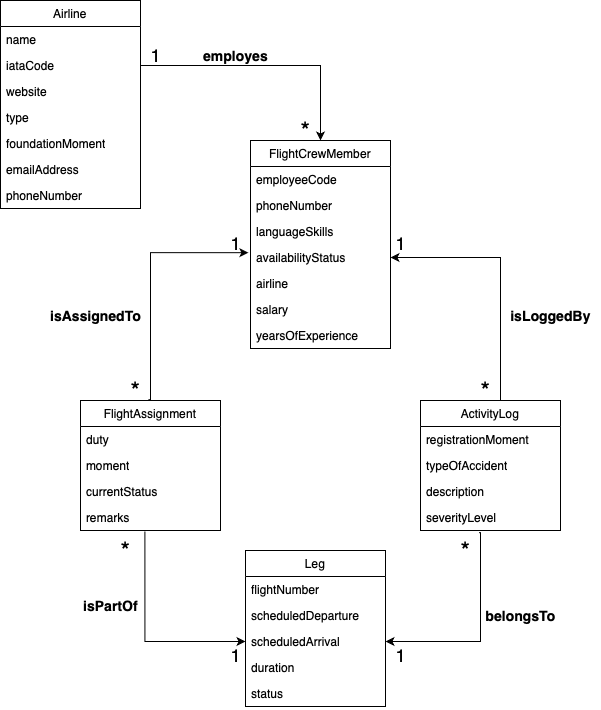
The draw.io diagram reports/D02/Student 3/Student3-UML.png in alenicbra/acme-ans, before a commit. Source tidied: cells renumbered, new cells last; positions are measured from the earlier drawing's top-left corner, leaving out a move shared by most shapes. Source of this version:
```xml
<mxGraphModel>
  <root>
    <mxCell id="0" />
    <mxCell id="1" parent="0" />
    <mxCell id="2" value="FlightCrewMember" style="swimlane;fontStyle=0;horizontal=1;startSize=26;fillColor=none;whiteSpace=wrap;html=1;" parent="1" vertex="1">
      <mxGeometry x="250" y="140" width="140" height="208" as="geometry" />
    </mxCell>
    <mxCell id="3" value="employeeCode" style="text;strokeColor=none;fillColor=none;align=left;verticalAlign=top;spacingLeft=4;spacingRight=4;overflow=hidden;whiteSpace=wrap;html=1;" parent="2" vertex="1">
      <mxGeometry y="26" width="140" height="26" as="geometry" />
    </mxCell>
    <mxCell id="4" value="phoneNumber" style="text;strokeColor=none;fillColor=none;align=left;verticalAlign=top;spacingLeft=4;spacingRight=4;overflow=hidden;whiteSpace=wrap;html=1;" parent="2" vertex="1">
      <mxGeometry y="52" width="140" height="26" as="geometry" />
    </mxCell>
    <mxCell id="5" value="languageSkills" style="text;strokeColor=none;fillColor=none;align=left;verticalAlign=top;spacingLeft=4;spacingRight=4;overflow=hidden;whiteSpace=wrap;html=1;" parent="2" vertex="1">
      <mxGeometry y="78" width="140" height="26" as="geometry" />
    </mxCell>
    <mxCell id="6" value="availabilityStatus" style="text;strokeColor=none;fillColor=none;align=left;verticalAlign=top;spacingLeft=4;spacingRight=4;overflow=hidden;points=[[0,0.5],[1,0.5]];portConstraint=eastwest;whiteSpace=wrap;html=1;" parent="2" vertex="1">
      <mxGeometry y="104" width="140" height="26" as="geometry" />
    </mxCell>
    <mxCell id="7" value="airline" style="text;strokeColor=none;fillColor=none;align=left;verticalAlign=top;spacingLeft=4;spacingRight=4;overflow=hidden;whiteSpace=wrap;html=1;" parent="2" vertex="1">
      <mxGeometry y="130" width="140" height="26" as="geometry" />
    </mxCell>
    <mxCell id="8" value="salary" style="text;strokeColor=none;fillColor=none;align=left;verticalAlign=top;spacingLeft=4;spacingRight=4;overflow=hidden;whiteSpace=wrap;html=1;" parent="2" vertex="1">
      <mxGeometry y="156" width="140" height="26" as="geometry" />
    </mxCell>
    <mxCell id="9" value="yearsOfExperience" style="text;strokeColor=none;fillColor=none;align=left;verticalAlign=top;spacingLeft=4;spacingRight=4;overflow=hidden;whiteSpace=wrap;html=1;" parent="2" vertex="1">
      <mxGeometry y="182" width="140" height="26" as="geometry" />
    </mxCell>
    <mxCell id="10" value="FlightAssignment" style="swimlane;fontStyle=0;horizontal=1;startSize=26;fillColor=none;whiteSpace=wrap;html=1;" parent="1" vertex="1">
      <mxGeometry x="80" y="400" width="140" height="130" as="geometry" />
    </mxCell>
    <mxCell id="11" value="duty" style="text;strokeColor=none;fillColor=none;align=left;verticalAlign=top;spacingLeft=4;spacingRight=4;overflow=hidden;whiteSpace=wrap;html=1;" parent="10" vertex="1">
      <mxGeometry y="26" width="140" height="26" as="geometry" />
    </mxCell>
    <mxCell id="12" value="moment" style="text;strokeColor=none;fillColor=none;align=left;verticalAlign=top;spacingLeft=4;spacingRight=4;overflow=hidden;whiteSpace=wrap;html=1;" parent="10" vertex="1">
      <mxGeometry y="52" width="140" height="26" as="geometry" />
    </mxCell>
    <mxCell id="13" value="currentStatus" style="text;strokeColor=none;fillColor=none;align=left;verticalAlign=top;spacingLeft=4;spacingRight=4;overflow=hidden;whiteSpace=wrap;html=1;" parent="10" vertex="1">
      <mxGeometry y="78" width="140" height="26" as="geometry" />
    </mxCell>
    <mxCell id="14" value="remarks" style="text;strokeColor=none;fillColor=none;align=left;verticalAlign=top;spacingLeft=4;spacingRight=4;overflow=hidden;points=[[0,0.5],[1,0.5]];portConstraint=eastwest;whiteSpace=wrap;html=1;" parent="10" vertex="1">
      <mxGeometry y="104" width="140" height="26" as="geometry" />
    </mxCell>
    <mxCell id="15" value="ActivityLog" style="swimlane;fontStyle=0;horizontal=1;startSize=26;fillColor=none;whiteSpace=wrap;html=1;" parent="1" vertex="1">
      <mxGeometry x="420" y="400" width="140" height="130" as="geometry" />
    </mxCell>
    <mxCell id="16" value="registrationMoment" style="text;strokeColor=none;fillColor=none;align=left;verticalAlign=top;spacingLeft=4;spacingRight=4;overflow=hidden;whiteSpace=wrap;html=1;" parent="15" vertex="1">
      <mxGeometry y="26" width="140" height="26" as="geometry" />
    </mxCell>
    <mxCell id="17" value="typeOfAccident" style="text;strokeColor=none;fillColor=none;align=left;verticalAlign=top;spacingLeft=4;spacingRight=4;overflow=hidden;whiteSpace=wrap;html=1;" parent="15" vertex="1">
      <mxGeometry y="52" width="140" height="26" as="geometry" />
    </mxCell>
    <mxCell id="18" value="description" style="text;strokeColor=none;fillColor=none;align=left;verticalAlign=top;spacingLeft=4;spacingRight=4;overflow=hidden;whiteSpace=wrap;html=1;" parent="15" vertex="1">
      <mxGeometry y="78" width="140" height="26" as="geometry" />
    </mxCell>
    <mxCell id="19" value="severityLevel" style="text;strokeColor=none;fillColor=none;align=left;verticalAlign=top;spacingLeft=4;spacingRight=4;overflow=hidden;points=[[0,0.5],[1,0.5]];portConstraint=eastwest;whiteSpace=wrap;html=1;" parent="15" vertex="1">
      <mxGeometry y="104" width="140" height="26" as="geometry" />
    </mxCell>
    <mxCell id="20" value="&lt;font style=&quot;font-size: 18px;&quot;&gt;1&lt;/font&gt;" style="text;html=1;align=center;verticalAlign=middle;strokeColor=none;fillColor=none;" parent="1" vertex="1">
      <mxGeometry x="385" y="228" width="30" height="30" as="geometry" />
    </mxCell>
    <mxCell id="21" value="&lt;font style=&quot;font-size: 24px;&quot;&gt;*&lt;/font&gt;" style="text;html=1;align=center;verticalAlign=middle;strokeColor=none;fillColor=none;" parent="1" vertex="1">
      <mxGeometry x="470" y="370" width="30" height="40" as="geometry" />
    </mxCell>
    <mxCell id="22" value="&lt;b&gt;&lt;font style=&quot;font-size: 14px;&quot;&gt;isLoggedBy&lt;/font&gt;&lt;/b&gt;" style="text;html=1;align=center;verticalAlign=middle;strokeColor=none;fillColor=none;" parent="1" vertex="1">
      <mxGeometry x="500" y="300" width="100" height="30" as="geometry" />
    </mxCell>
    <mxCell id="23" style="edgeStyle=orthogonalEdgeStyle;rounded=0;jettySize=auto;html=1;exitX=0.929;exitY=0.731;exitDx=0;exitDy=0;strokeColor=default;exitPerimeter=0;entryX=0.929;entryY=0.806;entryDx=0;entryDy=0;entryPerimeter=0;" parent="1" edge="1" source="25" target="24">
      <mxGeometry relative="1" as="geometry">
        <Array as="points">
          <mxPoint x="150" y="399" />
          <mxPoint x="150" y="252" />
        </Array>
      </mxGeometry>
    </mxCell>
    <mxCell id="24" value="&lt;font style=&quot;font-size: 18px;&quot;&gt;1&lt;/font&gt;" style="text;html=1;align=center;verticalAlign=middle;points=[];strokeColor=none;fillColor=none;" parent="1" vertex="1">
      <mxGeometry x="220" y="228" width="30" height="30" as="geometry" />
    </mxCell>
    <mxCell id="25" value="&lt;font style=&quot;font-size: 24px;&quot;&gt;*&lt;/font&gt;" style="text;html=1;align=center;verticalAlign=middle;points=[];strokeColor=none;fillColor=none;" parent="1" vertex="1">
      <mxGeometry x="120" y="370" width="30" height="40" as="geometry" />
    </mxCell>
    <mxCell id="26" value="&lt;font style=&quot;font-size: 14px;&quot;&gt;&lt;b&gt;isAssignedTo&lt;/b&gt;&lt;/font&gt;" style="text;html=1;align=center;verticalAlign=middle;strokeColor=none;fillColor=none;" parent="1" vertex="1">
      <mxGeometry x="40" y="300" width="110" height="30" as="geometry" />
    </mxCell>
    <mxCell id="27" value="Airline" style="swimlane;fontStyle=0;horizontal=1;startSize=26;fillColor=none;whiteSpace=wrap;html=1;" parent="1" vertex="1">
      <mxGeometry width="140" height="208" as="geometry" />
    </mxCell>
    <mxCell id="28" value="name" style="text;strokeColor=none;fillColor=none;align=left;verticalAlign=top;spacingLeft=4;spacingRight=4;overflow=hidden;whiteSpace=wrap;html=1;" parent="27" vertex="1">
      <mxGeometry y="26" width="140" height="26" as="geometry" />
    </mxCell>
    <mxCell id="29" value="iataCode" style="text;strokeColor=none;fillColor=none;align=left;verticalAlign=top;spacingLeft=4;spacingRight=4;overflow=hidden;points=[[0,0.5],[1,0.5]];portConstraint=eastwest;whiteSpace=wrap;html=1;" parent="27" vertex="1">
      <mxGeometry y="52" width="140" height="26" as="geometry" />
    </mxCell>
    <mxCell id="30" value="website" style="text;strokeColor=none;fillColor=none;align=left;verticalAlign=top;spacingLeft=4;spacingRight=4;overflow=hidden;whiteSpace=wrap;html=1;" parent="27" vertex="1">
      <mxGeometry y="78" width="140" height="26" as="geometry" />
    </mxCell>
    <mxCell id="31" value="type" style="text;strokeColor=none;fillColor=none;align=left;verticalAlign=top;spacingLeft=4;spacingRight=4;overflow=hidden;whiteSpace=wrap;html=1;" parent="27" vertex="1">
      <mxGeometry y="104" width="140" height="26" as="geometry" />
    </mxCell>
    <mxCell id="32" value="foundationMoment" style="text;strokeColor=none;fillColor=none;align=left;verticalAlign=top;spacingLeft=4;spacingRight=4;overflow=hidden;whiteSpace=wrap;html=1;" parent="27" vertex="1">
      <mxGeometry y="130" width="140" height="26" as="geometry" />
    </mxCell>
    <mxCell id="33" value="emailAddress" style="text;strokeColor=none;fillColor=none;align=left;verticalAlign=top;spacingLeft=4;spacingRight=4;overflow=hidden;whiteSpace=wrap;html=1;" parent="27" vertex="1">
      <mxGeometry y="156" width="140" height="26" as="geometry" />
    </mxCell>
    <mxCell id="34" value="phoneNumber" style="text;strokeColor=none;fillColor=none;align=left;verticalAlign=top;spacingLeft=4;spacingRight=4;overflow=hidden;whiteSpace=wrap;html=1;" parent="27" vertex="1">
      <mxGeometry y="182" width="140" height="26" as="geometry" />
    </mxCell>
    <mxCell id="35" style="edgeStyle=orthogonalEdgeStyle;rounded=0;jettySize=auto;html=1;exitX=1;exitY=0.5;exitDx=0;exitDy=0;entryX=0.5;entryY=0;entryDx=0;entryDy=0;" parent="1" edge="1" source="29" target="2">
      <mxGeometry relative="1" as="geometry" />
    </mxCell>
    <mxCell id="36" value="&lt;font style=&quot;font-size: 18px;&quot;&gt;1&lt;/font&gt;" style="text;html=1;align=center;verticalAlign=middle;strokeColor=none;fillColor=none;" parent="1" vertex="1">
      <mxGeometry x="140" y="40" width="30" height="30" as="geometry" />
    </mxCell>
    <mxCell id="37" value="&lt;font style=&quot;font-size: 24px;&quot;&gt;*&lt;/font&gt;" style="text;html=1;align=center;verticalAlign=middle;strokeColor=none;fillColor=none;" parent="1" vertex="1">
      <mxGeometry x="290" y="110" width="30" height="40" as="geometry" />
    </mxCell>
    <mxCell id="38" value="&lt;span style=&quot;font-size: 14px;&quot;&gt;&lt;b&gt;employes&lt;/b&gt;&lt;/span&gt;" style="text;html=1;align=center;verticalAlign=middle;strokeColor=none;fillColor=none;" parent="1" vertex="1">
      <mxGeometry x="190" y="40" width="90" height="30" as="geometry" />
    </mxCell>
    <mxCell id="39" value="Leg" style="swimlane;fontStyle=0;horizontal=1;startSize=26;fillColor=none;whiteSpace=wrap;html=1;" parent="1" vertex="1">
      <mxGeometry x="245" y="550" width="140" height="156" as="geometry" />
    </mxCell>
    <mxCell id="40" value="flightNumber" style="text;strokeColor=none;fillColor=none;align=left;verticalAlign=top;spacingLeft=4;spacingRight=4;overflow=hidden;whiteSpace=wrap;html=1;" parent="39" vertex="1">
      <mxGeometry y="26" width="140" height="26" as="geometry" />
    </mxCell>
    <mxCell id="41" value="scheduledDeparture" style="text;strokeColor=none;fillColor=none;align=left;verticalAlign=top;spacingLeft=4;spacingRight=4;overflow=hidden;whiteSpace=wrap;html=1;" parent="39" vertex="1">
      <mxGeometry y="52" width="140" height="26" as="geometry" />
    </mxCell>
    <mxCell id="42" value="scheduledArrival" style="text;strokeColor=none;fillColor=none;align=left;verticalAlign=top;spacingLeft=4;spacingRight=4;overflow=hidden;points=[[0,0.5],[1,0.5]];portConstraint=eastwest;whiteSpace=wrap;html=1;" parent="39" vertex="1">
      <mxGeometry y="78" width="140" height="26" as="geometry" />
    </mxCell>
    <mxCell id="43" value="duration" style="text;strokeColor=none;fillColor=none;align=left;verticalAlign=top;spacingLeft=4;spacingRight=4;overflow=hidden;whiteSpace=wrap;html=1;" parent="39" vertex="1">
      <mxGeometry y="104" width="140" height="26" as="geometry" />
    </mxCell>
    <mxCell id="44" value="status" style="text;strokeColor=none;fillColor=none;align=left;verticalAlign=top;spacingLeft=4;spacingRight=4;overflow=hidden;whiteSpace=wrap;html=1;" parent="39" vertex="1">
      <mxGeometry y="130" width="140" height="26" as="geometry" />
    </mxCell>
    <mxCell id="45" style="edgeStyle=orthogonalEdgeStyle;rounded=0;jettySize=auto;html=1;exitX=0.46;exitY=1.038;exitDx=0;exitDy=0;entryX=0;entryY=0.5;entryDx=0;entryDy=0;exitPerimeter=0;" parent="1" edge="1" source="14" target="42">
      <mxGeometry relative="1" as="geometry" />
    </mxCell>
    <mxCell id="46" style="edgeStyle=orthogonalEdgeStyle;rounded=0;jettySize=auto;html=1;exitX=0.418;exitY=1.084;exitDx=0;exitDy=0;entryX=1;entryY=0.5;entryDx=0;entryDy=0;exitPerimeter=0;" parent="1" edge="1" source="19" target="42">
      <mxGeometry relative="1" as="geometry">
        <Array as="points">
          <mxPoint x="480" y="532" />
          <mxPoint x="480" y="641" />
        </Array>
      </mxGeometry>
    </mxCell>
    <mxCell id="47" value="&lt;font style=&quot;font-size: 24px;&quot;&gt;*&lt;/font&gt;" style="text;html=1;align=center;verticalAlign=middle;strokeColor=none;fillColor=none;" parent="1" vertex="1">
      <mxGeometry x="110" y="530" width="30" height="40" as="geometry" />
    </mxCell>
    <mxCell id="48" value="&lt;font style=&quot;font-size: 24px;&quot;&gt;*&lt;/font&gt;" style="text;html=1;align=center;verticalAlign=middle;strokeColor=none;fillColor=none;" parent="1" vertex="1">
      <mxGeometry x="450" y="530" width="30" height="40" as="geometry" />
    </mxCell>
    <mxCell id="49" value="&lt;font style=&quot;font-size: 18px;&quot;&gt;1&lt;/font&gt;" style="text;html=1;align=center;verticalAlign=middle;strokeColor=none;fillColor=none;" parent="1" vertex="1">
      <mxGeometry x="220" y="640" width="30" height="30" as="geometry" />
    </mxCell>
    <mxCell id="50" value="&lt;font style=&quot;font-size: 18px;&quot;&gt;1&lt;/font&gt;" style="text;html=1;align=center;verticalAlign=middle;strokeColor=none;fillColor=none;" parent="1" vertex="1">
      <mxGeometry x="385" y="640" width="30" height="30" as="geometry" />
    </mxCell>
    <mxCell id="51" value="&lt;b&gt;&lt;font style=&quot;font-size: 14px;&quot;&gt;belongsTo&lt;/font&gt;&lt;/b&gt;" style="text;html=1;align=center;verticalAlign=middle;strokeColor=none;fillColor=none;" parent="1" vertex="1">
      <mxGeometry x="475" y="600" width="90" height="30" as="geometry" />
    </mxCell>
    <mxCell id="52" value="&lt;font style=&quot;font-size: 14px;&quot;&gt;&lt;b&gt;isPartOf&lt;/b&gt;&lt;/font&gt;" style="text;html=1;align=center;verticalAlign=middle;strokeColor=none;fillColor=none;" parent="1" vertex="1">
      <mxGeometry x="70" y="590" width="80" height="30" as="geometry" />
    </mxCell>
    <mxCell id="53" style="edgeStyle=orthogonalEdgeStyle;rounded=0;jettySize=auto;html=1;entryX=1;entryY=0.5;entryDx=0;entryDy=0;exitX=0.5;exitY=0;exitDx=0;exitDy=0;" parent="1" edge="1" source="15" target="6">
      <mxGeometry relative="1" as="geometry">
        <Array as="points">
          <mxPoint x="500" y="400" />
          <mxPoint x="500" y="257" />
        </Array>
      </mxGeometry>
    </mxCell>
  </root>
</mxGraphModel>
```
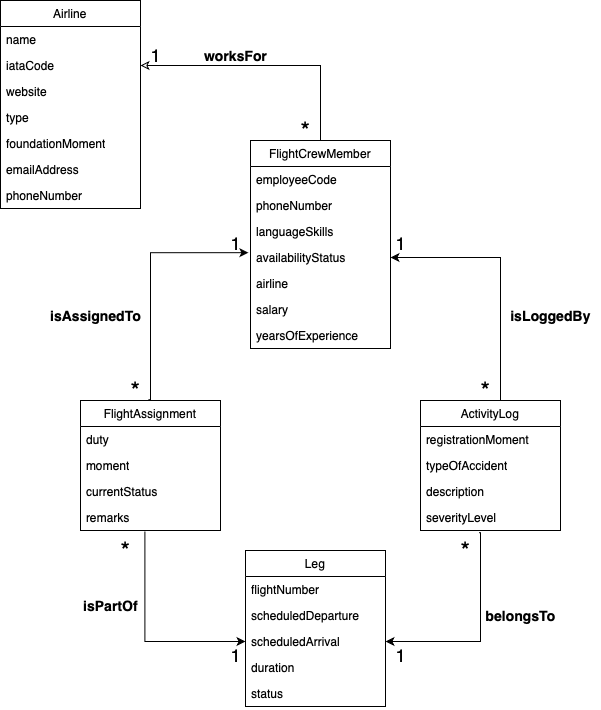
Above is the later version.

Commit message:
Arreglos Student #3

The edit, as a diff of the source:
```diff
@@ -106,7 +106,7 @@
     <mxCell id="34" value="phoneNumber" style="text;strokeColor=none;fillColor=none;align=left;verticalAlign=top;spacingLeft=4;spacingRight=4;overflow=hidden;whiteSpace=wrap;html=1;" parent="27" vertex="1">
       <mxGeometry y="182" width="140" height="26" as="geometry" />
     </mxCell>
-    <mxCell id="35" style="edgeStyle=orthogonalEdgeStyle;rounded=0;jettySize=auto;html=1;exitX=1;exitY=0.5;exitDx=0;exitDy=0;entryX=0.5;entryY=0;entryDx=0;entryDy=0;" parent="1" edge="1" source="29" target="2">
+    <mxCell id="35" style="edgeStyle=orthogonalEdgeStyle;rounded=0;jettySize=auto;html=1;exitX=1;exitY=0.5;exitDx=0;exitDy=0;entryX=0.5;entryY=0;entryDx=0;entryDy=0;startArrow=classic;startFill=0;endArrow=none;" parent="1" edge="1" source="29" target="2">
       <mxGeometry relative="1" as="geometry" />
     </mxCell>
     <mxCell id="36" value="&lt;font style=&quot;font-size: 18px;&quot;&gt;1&lt;/font&gt;" style="text;html=1;align=center;verticalAlign=middle;strokeColor=none;fillColor=none;" parent="1" vertex="1">
@@ -115,7 +115,7 @@
     <mxCell id="37" value="&lt;font style=&quot;font-size: 24px;&quot;&gt;*&lt;/font&gt;" style="text;html=1;align=center;verticalAlign=middle;strokeColor=none;fillColor=none;" parent="1" vertex="1">
       <mxGeometry x="290" y="110" width="30" height="40" as="geometry" />
     </mxCell>
-    <mxCell id="38" value="&lt;span style=&quot;font-size: 14px;&quot;&gt;&lt;b&gt;employes&lt;/b&gt;&lt;/span&gt;" style="text;html=1;align=center;verticalAlign=middle;strokeColor=none;fillColor=none;" parent="1" vertex="1">
+    <mxCell id="38" value="&lt;span style=&quot;font-size: 14px;&quot;&gt;&lt;b&gt;worksFor&lt;/b&gt;&lt;/span&gt;" style="text;html=1;align=center;verticalAlign=middle;strokeColor=none;fillColor=none;" parent="1" vertex="1">
       <mxGeometry x="190" y="40" width="90" height="30" as="geometry" />
     </mxCell>
     <mxCell id="39" value="Leg" style="swimlane;fontStyle=0;horizontal=1;startSize=26;fillColor=none;whiteSpace=wrap;html=1;" parent="1" vertex="1">
```
